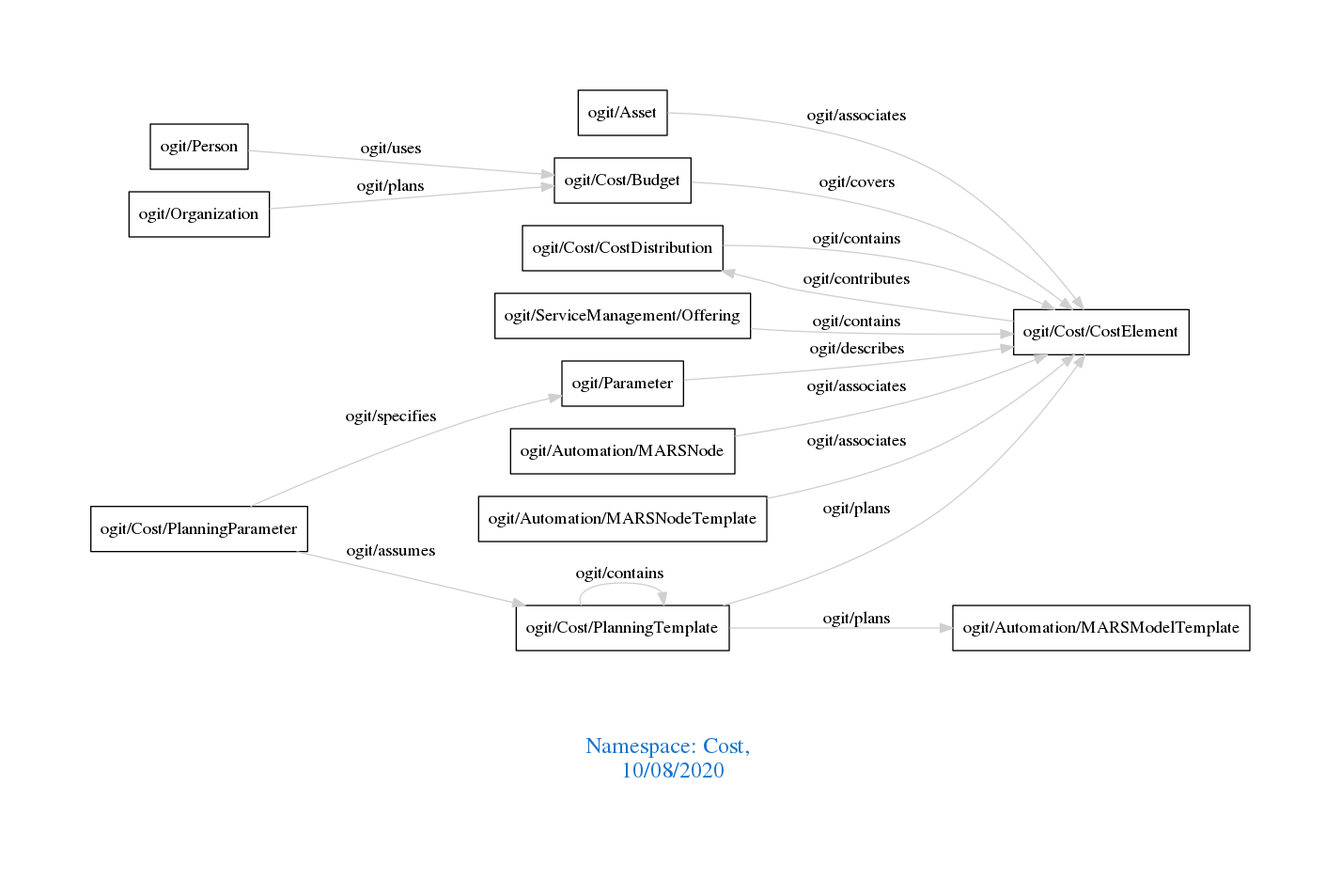
The Graphviz diagram downloads/Cost.png in arago/OGIT, before a commit. Its source is kept beside it as downloads/Cost.dot.
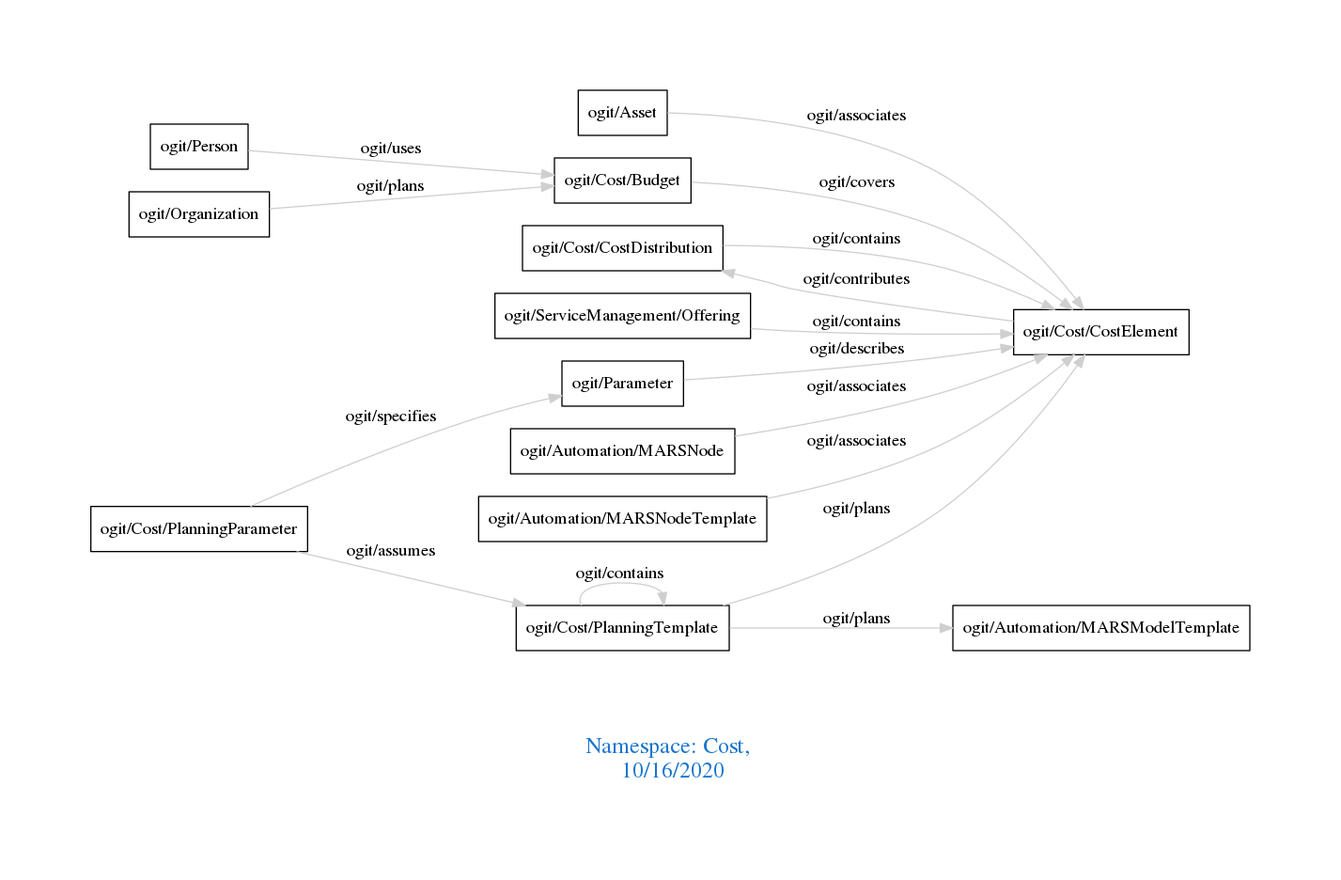
The same diagram one commit later.

Change to the diagram source:
```diff
@@ -1,7 +1,7 @@
 digraph OGIT_ontology {
  graph [ rankdir= LR,pad=1
 fontsize = 18,
-fontcolor= dodgerblue3,label = "\n\n\nNamespace: Cost, \n 10/08/2020"];
+fontcolor= dodgerblue3,label = "\n\n\nNamespace: Cost, \n 10/16/2020"];
 node[shape=polygon];
 edge [  color="gray81"];
 
```
